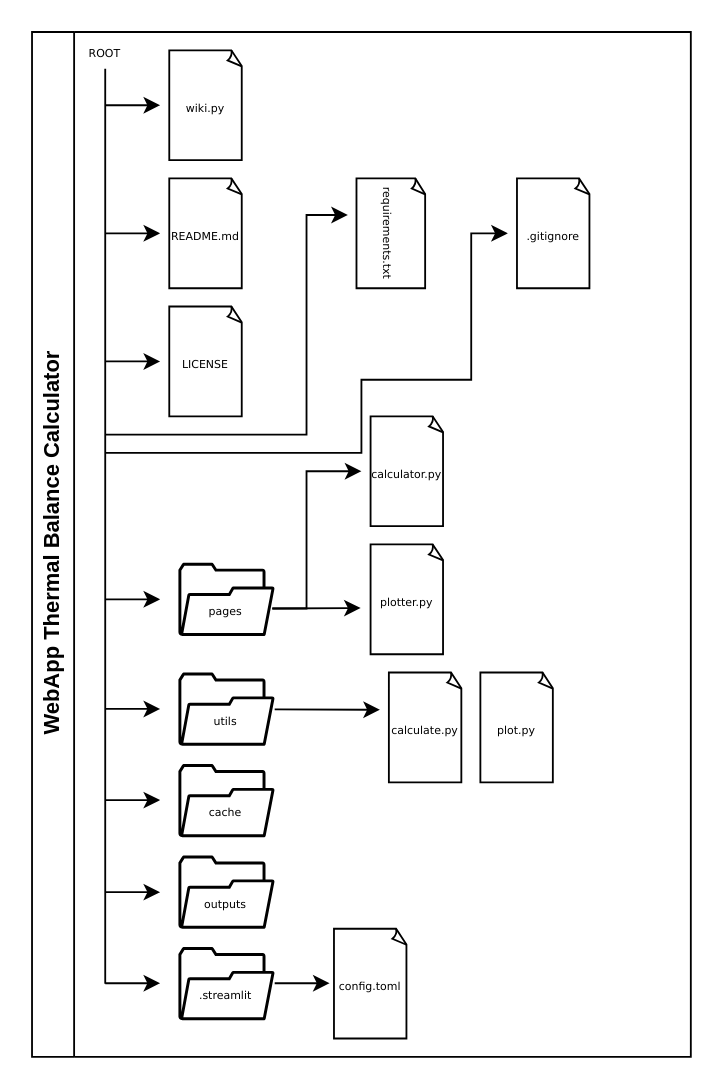
The draw.io diagram docs/Arquitetura_webapp_TBC.drawio in Zac-Milioli/Thermal-Balance-Calculator-APP, before the edit. Source tidied: cells renumbered, new cells numbered last; positions are measured from the earlier drawing's top-left corner, leaving out a move shared by most shapes. Both pictures are drawn from the tidied source at 183%, with x=0, y=0 at pixel (31, 31).
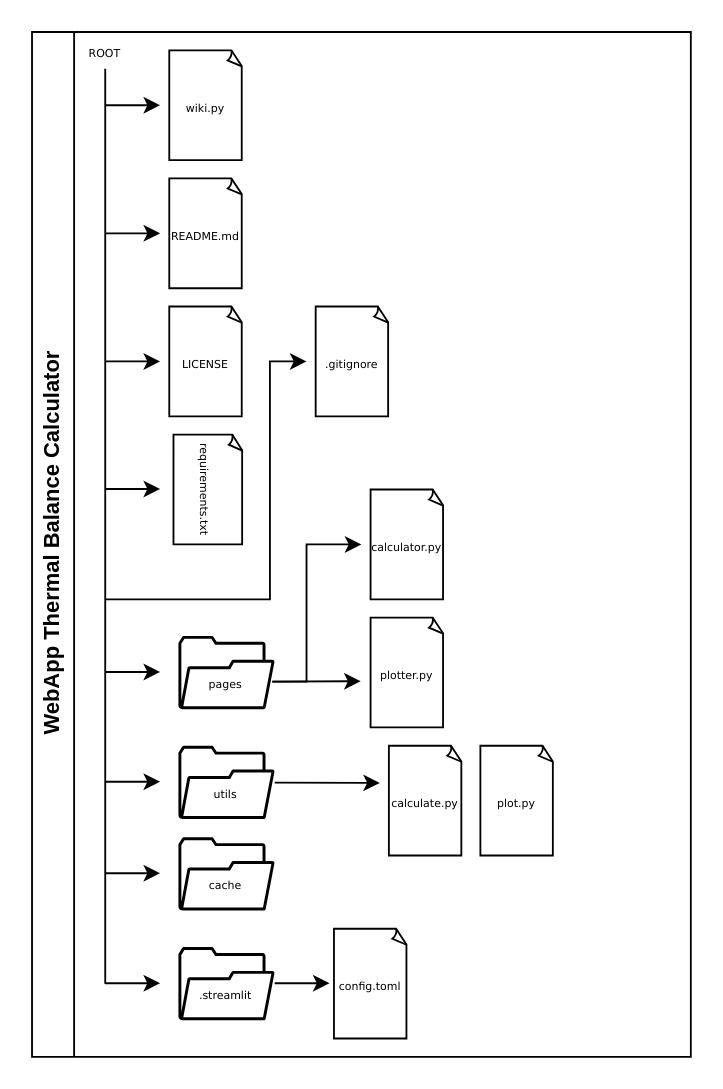
Above is the later version.

The change refers to these unchanged cells:
```xml
<mxCell id="2" value="WebApp Thermal Balance Calculator" style="swimlane;horizontal=0;whiteSpace=wrap;html=1;" parent="1" vertex="1">
  <mxGeometry width="360" height="560" as="geometry" />
</mxCell>
<mxCell id="14" value="&lt;font style=&quot;font-size: 6px;&quot; face=&quot;Verdana&quot;&gt;pages&lt;/font&gt;" style="text;strokeColor=none;align=center;fillColor=none;html=1;verticalAlign=middle;whiteSpace=wrap;rounded=0;" parent="12" vertex="1">
  <mxGeometry x="1.3" y="10" width="50" height="30" as="geometry" />
</mxCell>
<mxCell id="21" value="&lt;font face=&quot;Verdana&quot;&gt;&lt;span style=&quot;font-size: 6px;&quot;&gt;calculator.py&lt;/span&gt;&lt;/font&gt;" style="text;strokeColor=none;align=center;fillColor=none;html=1;verticalAlign=middle;whiteSpace=wrap;rounded=0;" parent="19" vertex="1">
  <mxGeometry y="15" width="50" height="30" as="geometry" />
</mxCell>
<mxCell id="61" value="&lt;font style=&quot;font-size: 6px;&quot; face=&quot;Verdana&quot;&gt;.gitignore&lt;/font&gt;" style="text;strokeColor=none;align=center;fillColor=none;html=1;verticalAlign=middle;whiteSpace=wrap;rounded=0;" parent="59" vertex="1">
  <mxGeometry y="15" width="50" height="30" as="geometry" />
</mxCell>
```

Diff of the diagram source:
```diff
@@
     <mxCell id="12" style="group;" parent="2" vertex="1">
-      <mxGeometry x="80" y="290" width="52.6" height="40" as="geometry" />
+      <mxGeometry x="80" y="330" width="52.6" height="40" as="geometry" />
     </mxCell>
@@
     <mxCell id="15" style="endArrow=classic;html=1;rounded=0;shadow=0;comic=0;strokeColor=default;align=center;verticalAlign=middle;fontFamily=Helvetica;fontSize=11;fontColor=default;labelBackgroundColor=default;flowAnimation=0;" parent="2" edge="1">
       <mxGeometry relative="1" as="geometry">
-        <mxPoint x="40" y="310" as="sourcePoint" />
-        <mxPoint x="70" y="310" as="targetPoint" />
+        <mxPoint x="40" y="349.7" as="sourcePoint" />
+        <mxPoint x="70" y="349.7" as="targetPoint" />
       </mxGeometry>
     </mxCell>
@@
     <mxCell id="19" style="group;" parent="2" vertex="1">
-      <mxGeometry x="180" y="210" width="50" height="60" as="geometry" />
+      <mxGeometry x="180" y="250" width="50" height="60" as="geometry" />
     </mxCell>
@@
     <mxCell id="22" style="group;" parent="2" vertex="1">
-      <mxGeometry x="180" y="280" width="50" height="60" as="geometry" />
+      <mxGeometry x="180" y="320" width="50" height="60" as="geometry" />
     </mxCell>
@@
     <mxCell id="26" style="group;" parent="2" vertex="1">
-      <mxGeometry x="80" y="350" width="52.6" height="40" as="geometry" />
+      <mxGeometry x="80" y="390" width="52.6" height="40" as="geometry" />
     </mxCell>
@@
     <mxCell id="29" style="endArrow=classic;html=1;rounded=0;shadow=0;comic=0;strokeColor=default;align=center;verticalAlign=middle;fontFamily=Helvetica;fontSize=11;fontColor=default;labelBackgroundColor=default;flowAnimation=0;" parent="2" edge="1">
       <mxGeometry relative="1" as="geometry">
-        <mxPoint x="40" y="369.9" as="sourcePoint" />
-        <mxPoint x="70" y="369.9" as="targetPoint" />
+        <mxPoint x="40" y="409.7" as="sourcePoint" />
+        <mxPoint x="70" y="409.7" as="targetPoint" />
       </mxGeometry>
     </mxCell>
     <mxCell id="30" style="group;" parent="2" vertex="1">
-      <mxGeometry x="190" y="350" width="50" height="60" as="geometry" />
+      <mxGeometry x="190" y="390" width="50" height="60" as="geometry" />
     </mxCell>
@@
     <mxCell id="33" style="group;" parent="2" vertex="1">
-      <mxGeometry x="240" y="350" width="50" height="60" as="geometry" />
+      <mxGeometry x="240" y="390" width="50" height="60" as="geometry" />
     </mxCell>
@@
     <mxCell id="37" style="group;" parent="2" vertex="1">
-      <mxGeometry x="80" y="400" width="52.6" height="40" as="geometry" />
+      <mxGeometry x="80" y="440" width="52.6" height="40" as="geometry" />
     </mxCell>
@@
     <mxCell id="40" style="endArrow=classic;html=1;rounded=0;shadow=0;comic=0;strokeColor=default;align=center;verticalAlign=middle;fontFamily=Helvetica;fontSize=11;fontColor=default;labelBackgroundColor=default;flowAnimation=0;" parent="2" edge="1">
       <mxGeometry relative="1" as="geometry">
-        <mxPoint x="40" y="419.7" as="sourcePoint" />
-        <mxPoint x="70" y="419.7" as="targetPoint" />
+        <mxPoint x="40" y="459.7" as="sourcePoint" />
+        <mxPoint x="70" y="459.7" as="targetPoint" />
       </mxGeometry>
     </mxCell>
-    <mxCell id="41" style="group;" parent="2" vertex="1">
-      <mxGeometry x="80" y="450" width="52.6" height="40" as="geometry" />
-    </mxCell>
-    <mxCell id="42" style="sketch=0;shadow=0;dashed=0;html=1;strokeColor=none;fillColor=#000000;labelPosition=center;verticalLabelPosition=bottom;verticalAlign=top;align=center;shape=mxgraph.vvd.folder;fontFamily=Helvetica;fontSize=11;fontColor=default;labelBackgroundColor=default;" parent="41" vertex="1">
-      <mxGeometry width="52.6" height="40" as="geometry" />
-    </mxCell>
-    <mxCell id="43" value="&lt;font style=&quot;font-size: 6px;&quot; face=&quot;Verdana&quot;&gt;outputs&lt;/font&gt;" style="text;strokeColor=none;align=center;fillColor=none;html=1;verticalAlign=middle;whiteSpace=wrap;rounded=0;" parent="41" vertex="1">
-      <mxGeometry x="1.3" y="10" width="50" height="30" as="geometry" />
-    </mxCell>
-    <mxCell id="44" style="endArrow=classic;html=1;rounded=0;shadow=0;comic=0;strokeColor=default;align=center;verticalAlign=middle;fontFamily=Helvetica;fontSize=11;fontColor=default;labelBackgroundColor=default;flowAnimation=0;" parent="2" edge="1">
-      <mxGeometry relative="1" as="geometry">
-        <mxPoint x="40" y="470" as="sourcePoint" />
-        <mxPoint x="70" y="470" as="targetPoint" />
-      </mxGeometry>
-    </mxCell>
@@
-    <mxCell id="54" style="endArrow=classic;html=1;rounded=0;shadow=0;comic=0;strokeColor=default;align=center;verticalAlign=middle;fontFamily=Helvetica;fontSize=11;fontColor=default;labelBackgroundColor=default;flowAnimation=0;entryX=0;entryY=0.5;entryDx=0;entryDy=0;" parent="2" edge="1">
-      <mxGeometry relative="1" as="geometry">
-        <mxPoint x="40" y="220" as="sourcePoint" />
-        <mxPoint x="172.6" y="100" as="targetPoint" />
-        <Array as="points">
-          <mxPoint x="100" y="220" />
-          <mxPoint x="150" y="220" />
-          <mxPoint x="150" y="100" />
-        </Array>
-      </mxGeometry>
-    </mxCell>
     <mxCell id="55" style="group;" parent="2" vertex="1">
-      <mxGeometry x="172.6" y="80" width="47.4" height="60" as="geometry" />
+      <mxGeometry x="72.6" y="220" width="47.4" height="60" as="geometry" />
     </mxCell>
@@
-    <mxCell id="58" style="endArrow=classic;html=1;rounded=0;shadow=0;comic=0;strokeColor=default;align=center;verticalAlign=middle;fontFamily=Helvetica;fontSize=11;fontColor=default;labelBackgroundColor=default;flowAnimation=0;entryX=0;entryY=0.5;entryDx=0;entryDy=0;" parent="2" edge="1" target="61">
-      <mxGeometry relative="1" as="geometry">
-        <mxPoint x="40" y="230" as="sourcePoint" />
-        <Array as="points">
-          <mxPoint x="180" y="230" />
-          <mxPoint x="180" y="190" />
-          <mxPoint x="240" y="190" />
-          <mxPoint x="240" y="110" />
-        </Array>
-      </mxGeometry>
-    </mxCell>
     <mxCell id="59" style="group;" parent="2" vertex="1">
-      <mxGeometry x="260" y="80" width="50" height="60" as="geometry" />
+      <mxGeometry x="150" y="150" width="50" height="60" as="geometry" />
     </mxCell>
@@
     <mxCell id="63" style="endArrow=classic;html=1;rounded=0;exitX=1;exitY=0.5;exitDx=0;exitDy=0;entryX=0;entryY=0.5;entryDx=0;entryDy=0;" parent="2" edge="1" source="14" target="21">
       <mxGeometry relative="1" as="geometry">
         <Array as="points">
-          <mxPoint x="150" y="315" />
-          <mxPoint x="150" y="240" />
+          <mxPoint x="150" y="355" />
+          <mxPoint x="150" y="280" />
         </Array>
       </mxGeometry>
     </mxCell>
+    <mxCell id="64" style="endArrow=classic;html=1;rounded=0;entryX=0;entryY=0.5;entryDx=0;entryDy=0;" parent="2" edge="1" target="61">
+      <mxGeometry relative="1" as="geometry">
+        <mxPoint x="40" y="310" as="sourcePoint" />
+        <Array as="points">
+          <mxPoint x="130" y="310" />
+          <mxPoint x="130" y="180" />
+        </Array>
+      </mxGeometry>
+    </mxCell>
+    <mxCell id="65" style="endArrow=classic;html=1;rounded=0;" parent="2" edge="1">
+      <mxGeometry relative="1" as="geometry">
+        <mxPoint x="40" y="249.7" as="sourcePoint" />
+        <mxPoint x="70" y="249.7" as="targetPoint" />
+      </mxGeometry>
+    </mxCell>
```
